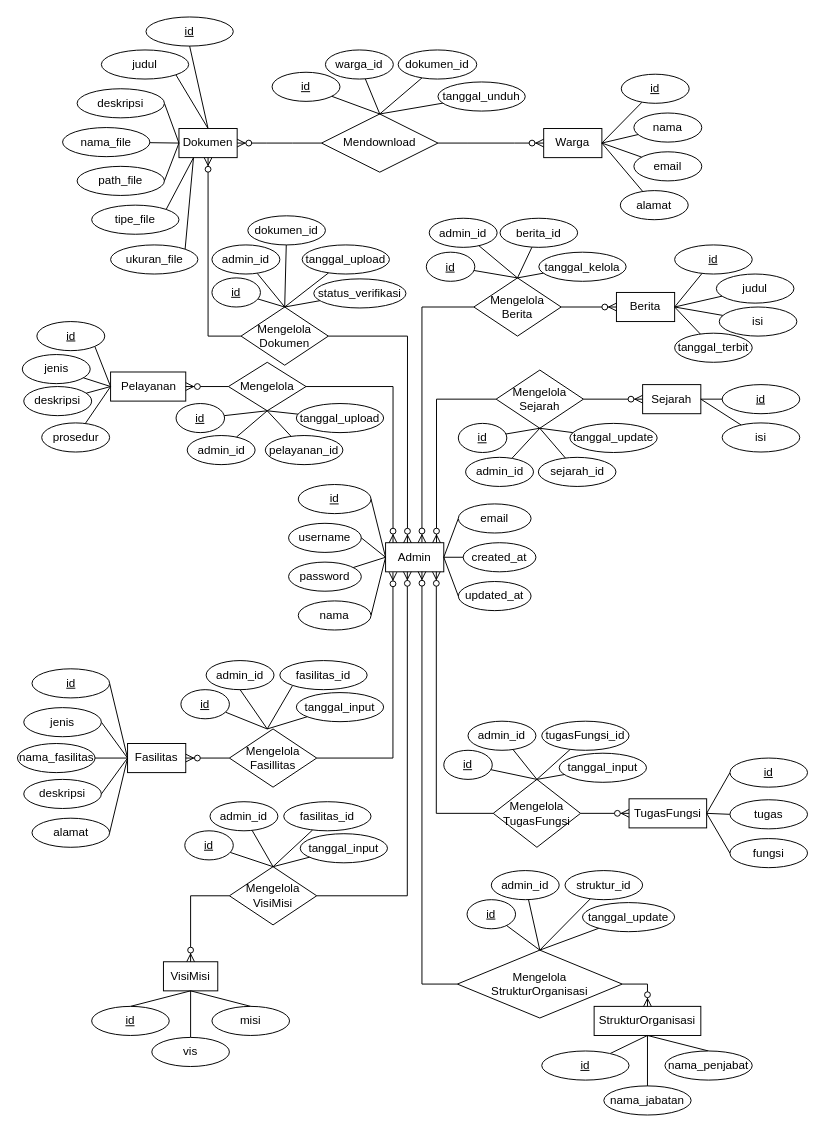
This is docs/KP-ERD.drawio from SammEccent/Project-KP, a draw.io file, before an edit. Source tidied: cells renumbered, new cells numbered last; positions are measured from the earlier drawing's top-left corner, leaving out a move shared by most shapes. Both pictures are drawn from the tidied source at 97%, with x=0, y=0 at pixel (16, 16).
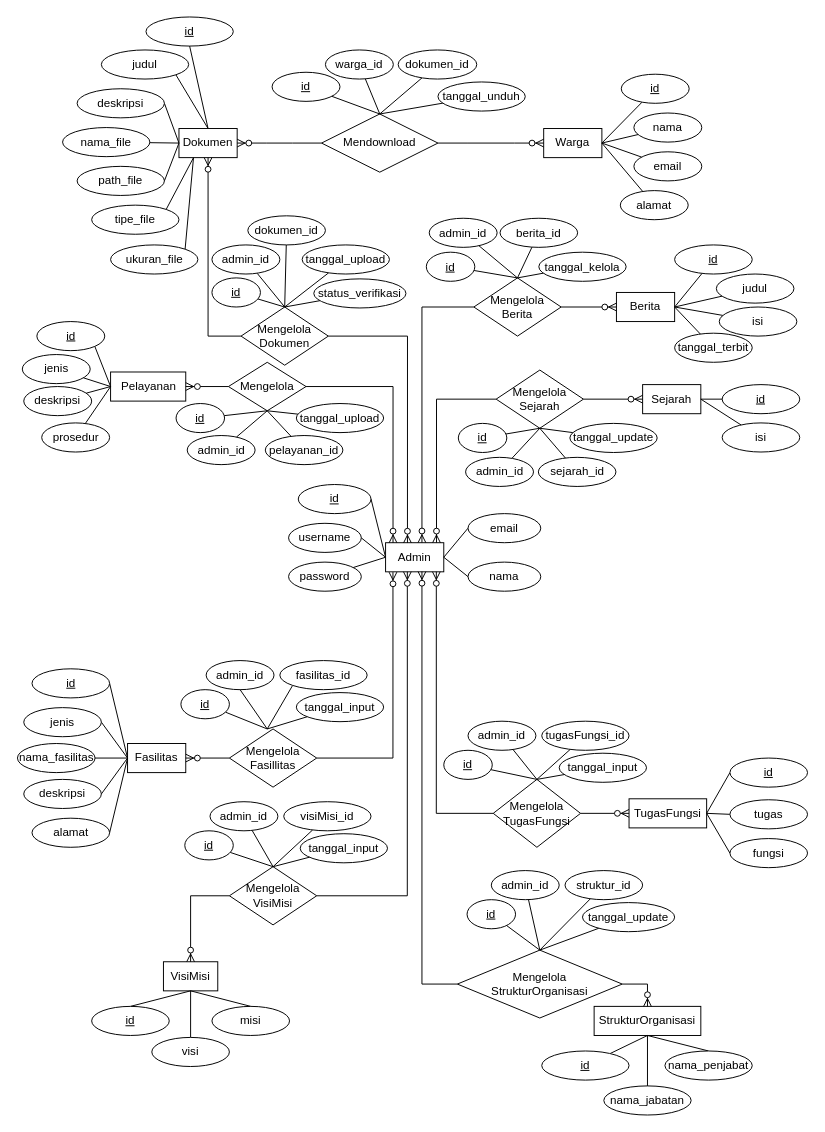
After the change.

Commit message (it also covers changes not shown here):
Update ERD & LRS

Unchanged cells that the change refers to:
```xml
<mxCell id="3" value="Admin" style="html=1;dashed=0;whiteSpace=wrap;" parent="1" vertex="1">
  <mxGeometry x="380" y="542" width="60" height="30" as="geometry" />
</mxCell>
```

Change to the diagram source:
```diff
@@
-    <mxCell id="18" style="rounded=0;jettySize=auto;html=1;entryX=0;entryY=0.5;entryDx=0;entryDy=0;endArrow=none;startFill=0;exitX=1;exitY=0.5;exitDx=0;exitDy=0;" parent="1" edge="1" source="19" target="3">
+    <mxCell id="18" style="rounded=0;jettySize=auto;html=1;entryX=1;entryY=0.5;entryDx=0;entryDy=0;endArrow=none;startFill=0;exitX=0;exitY=0.5;exitDx=0;exitDy=0;" parent="1" edge="1" source="19" target="3">
       <mxGeometry relative="1" as="geometry" />
     </mxCell>
     <mxCell id="19" value="nama" style="ellipse;whiteSpace=wrap;html=1;align=center;" parent="1" vertex="1">
-      <mxGeometry x="290" y="602" width="75" height="30" as="geometry" />
+      <mxGeometry x="465" y="562" width="75" height="30" as="geometry" />
     </mxCell>
@@
     <mxCell id="21" value="email" style="ellipse;whiteSpace=wrap;html=1;align=center;" parent="1" vertex="1">
-      <mxGeometry x="455" y="502" width="75" height="30" as="geometry" />
+      <mxGeometry x="465" y="512" width="75" height="30" as="geometry" />
     </mxCell>
-    <mxCell id="22" style="rounded=0;jettySize=auto;html=1;entryX=1;entryY=0.5;entryDx=0;entryDy=0;endArrow=none;startFill=0;" parent="1" edge="1" source="23" target="3">
-      <mxGeometry relative="1" as="geometry" />
-    </mxCell>
-    <mxCell id="23" value="created_at" style="ellipse;whiteSpace=wrap;html=1;align=center;" parent="1" vertex="1">
-      <mxGeometry x="460" y="542" width="75" height="30" as="geometry" />
-    </mxCell>
-    <mxCell id="24" style="rounded=0;jettySize=auto;html=1;entryX=1;entryY=0.5;entryDx=0;entryDy=0;endArrow=none;startFill=0;exitX=0;exitY=0.5;exitDx=0;exitDy=0;" parent="1" edge="1" source="25" target="3">
-      <mxGeometry relative="1" as="geometry" />
-    </mxCell>
-    <mxCell id="25" value="updated_at" style="ellipse;whiteSpace=wrap;html=1;align=center;" parent="1" vertex="1">
-      <mxGeometry x="455" y="582" width="75" height="30" as="geometry" />
-    </mxCell>
@@
-    <mxCell id="66" value="vis" style="ellipse;whiteSpace=wrap;html=1;align=center;" parent="1" vertex="1">
+    <mxCell id="66" value="visi" style="ellipse;whiteSpace=wrap;html=1;align=center;" parent="1" vertex="1">
       <mxGeometry x="139" y="1052" width="80" height="30" as="geometry" />
     </mxCell>
@@
-    <mxCell id="174" value="fasilitas_id" style="ellipse;whiteSpace=wrap;html=1;align=center;" parent="1" vertex="1">
+    <mxCell id="174" value="visiMisi_id" style="ellipse;whiteSpace=wrap;html=1;align=center;" parent="1" vertex="1">
       <mxGeometry x="275" y="809" width="90" height="30" as="geometry" />
     </mxCell>
```
